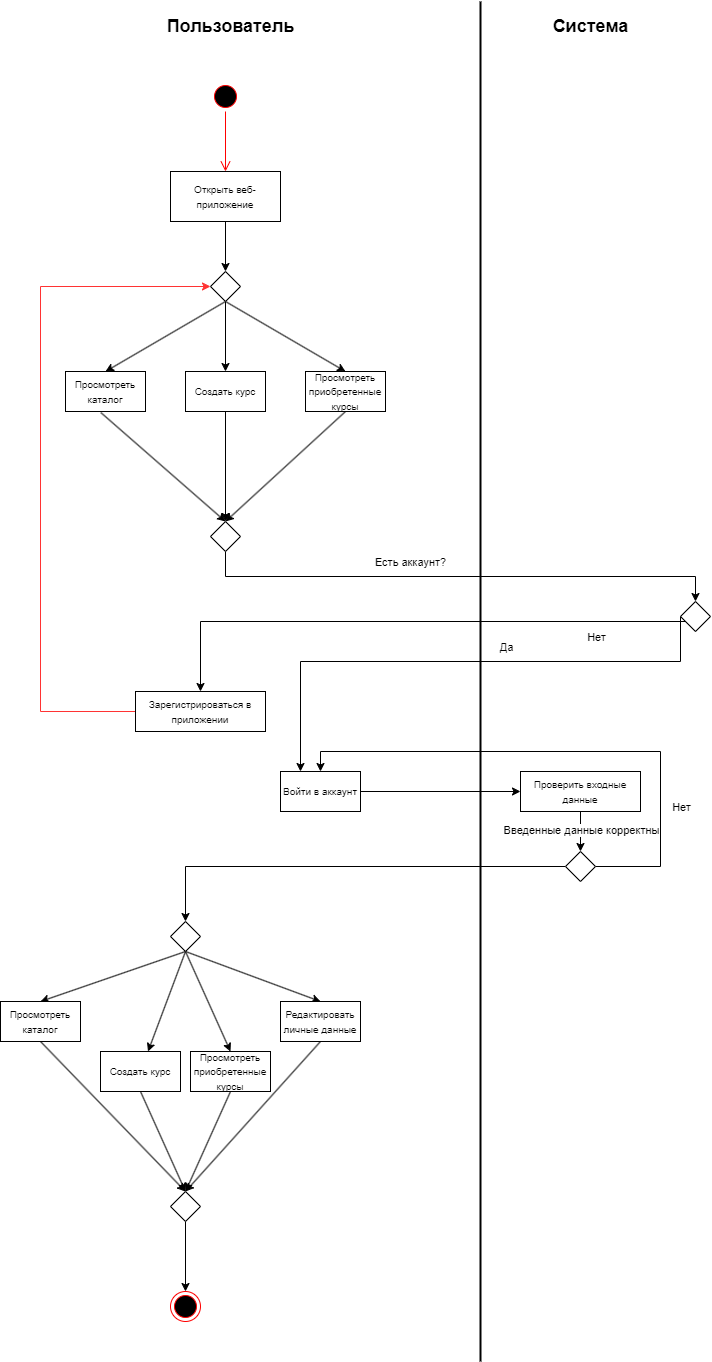
Above: Диаграммы/ДиграммыТЗ-Activity.drawio.png in bosonhiiggs/Music-Trainee (draw.io), before the change. Source tidied: cells renumbered, new cells last; positions are measured from the earlier drawing's top-left corner, leaving out a move shared by most shapes.
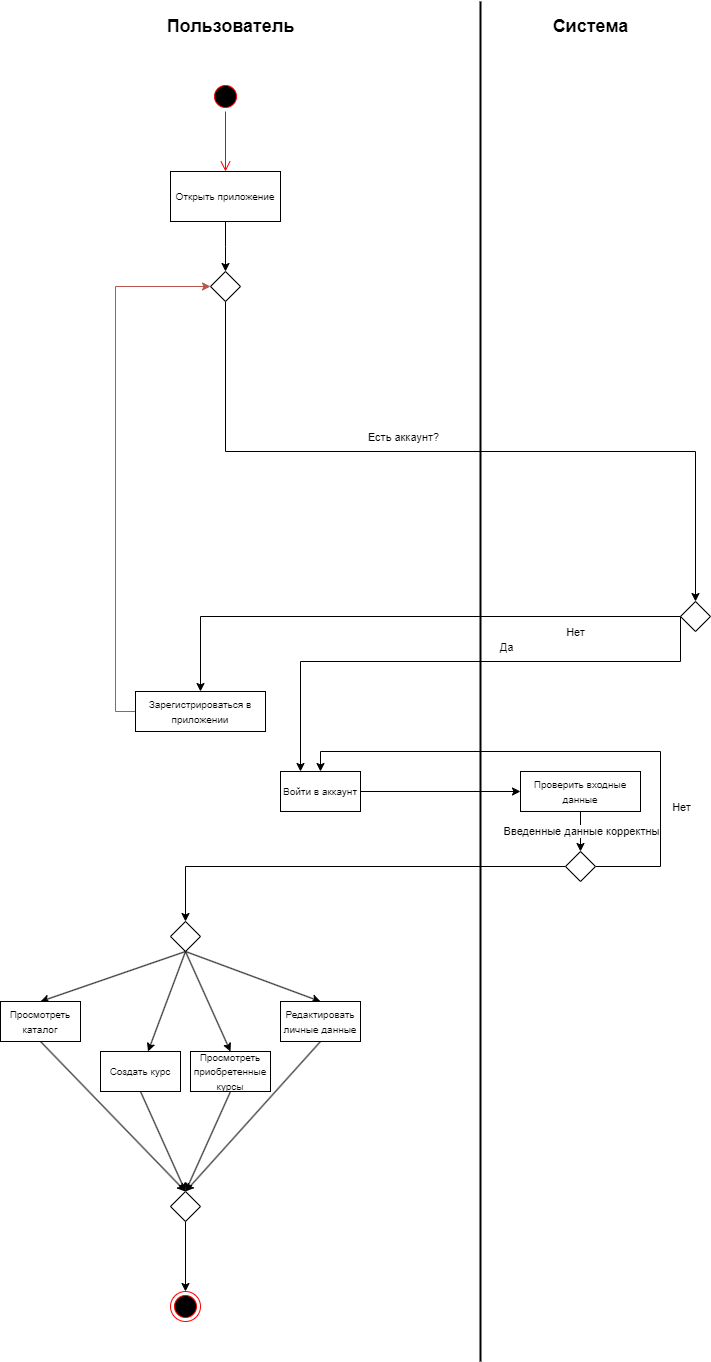
Above is the later version.

The edit, as a diff of the source:
```diff
@@ -17,43 +17,15 @@
     <mxCell id="6" style="edgeStyle=orthogonalEdgeStyle;html=1;verticalAlign=bottom;endArrow=open;endSize=8;strokeColor=#ff0000;rounded=0;entryX=0.5;entryY=0;entryDx=0;entryDy=0;" parent="1" edge="1" source="5" target="8">
       <mxGeometry relative="1" as="geometry" />
     </mxCell>
-    <mxCell id="7" style="edgeStyle=orthogonalEdgeStyle;rounded=0;jettySize=auto;html=1;exitX=0.5;exitY=1;exitDx=0;exitDy=0;entryX=0.5;entryY=0;entryDx=0;entryDy=0;" parent="1" edge="1" source="8" target="12">
-      <mxGeometry relative="1" as="geometry" />
+    <mxCell id="7" style="edgeStyle=orthogonalEdgeStyle;rounded=0;jettySize=auto;html=1;exitX=0.5;exitY=1;exitDx=0;exitDy=0;entryX=0.5;entryY=0;entryDx=0;entryDy=0;" parent="1" edge="1" source="8">
+      <mxGeometry relative="1" as="geometry">
+        <mxPoint x="225" y="270" as="targetPoint" />
+      </mxGeometry>
     </mxCell>
-    <mxCell id="8" value="&lt;font style=&quot;font-size: 10px;&quot;&gt;Открыть веб-приложение&lt;/font&gt;" style="html=1;whiteSpace=wrap;" parent="1" vertex="1">
+    <mxCell id="8" value="&lt;font style=&quot;font-size: 10px;&quot;&gt;Открыть приложение&lt;/font&gt;" style="html=1;whiteSpace=wrap;" parent="1" vertex="1">
       <mxGeometry x="170" y="170" width="110" height="50" as="geometry" />
     </mxCell>
-    <mxCell id="9" style="rounded=0;jettySize=auto;html=1;exitX=0.5;exitY=1;exitDx=0;exitDy=0;entryX=0.5;entryY=0;entryDx=0;entryDy=0;" parent="1" edge="1" source="12" target="13">
-      <mxGeometry relative="1" as="geometry" />
-    </mxCell>
-    <mxCell id="10" style="rounded=0;jettySize=auto;html=1;exitX=0.5;exitY=1;exitDx=0;exitDy=0;entryX=0.5;entryY=0;entryDx=0;entryDy=0;" parent="1" edge="1" source="12" target="15">
-      <mxGeometry relative="1" as="geometry" />
-    </mxCell>
-    <mxCell id="11" style="rounded=0;jettySize=auto;html=1;exitX=0.5;exitY=1;exitDx=0;exitDy=0;entryX=0.5;entryY=0;entryDx=0;entryDy=0;" parent="1" edge="1" source="12" target="17">
-      <mxGeometry relative="1" as="geometry" />
-    </mxCell>
-    <mxCell id="12" style="rhombus;whiteSpace=wrap;html=1;" parent="1" vertex="1">
-      <mxGeometry x="210" y="270" width="30" height="30" as="geometry" />
-    </mxCell>
-    <mxCell id="13" value="&lt;font style=&quot;font-size: 10px;&quot;&gt;Просмотреть каталог&lt;/font&gt;" style="html=1;whiteSpace=wrap;" parent="1" vertex="1">
-      <mxGeometry x="65" y="370" width="80" height="40" as="geometry" />
-    </mxCell>
-    <mxCell id="14" style="rounded=0;jettySize=auto;html=1;exitX=0.5;exitY=1;exitDx=0;exitDy=0;entryX=0.5;entryY=0;entryDx=0;entryDy=0;" parent="1" edge="1" source="15" target="21">
-      <mxGeometry relative="1" as="geometry" />
-    </mxCell>
-    <mxCell id="15" value="&lt;font style=&quot;font-size: 10px;&quot;&gt;Создать курс&lt;/font&gt;" style="html=1;whiteSpace=wrap;" parent="1" vertex="1">
-      <mxGeometry x="185" y="370" width="80" height="40" as="geometry" />
-    </mxCell>
-    <mxCell id="16" style="rounded=0;jettySize=auto;html=1;exitX=0.5;exitY=1;exitDx=0;exitDy=0;entryX=0.5;entryY=0;entryDx=0;entryDy=0;" parent="1" edge="1" source="17" target="21">
-      <mxGeometry relative="1" as="geometry" />
-    </mxCell>
-    <mxCell id="17" value="&lt;font style=&quot;font-size: 10px;&quot;&gt;Просмотреть приобретенные курсы&lt;/font&gt;" style="html=1;whiteSpace=wrap;" parent="1" vertex="1">
-      <mxGeometry x="305" y="370" width="80" height="40" as="geometry" />
-    </mxCell>
-    <mxCell id="18" style="rounded=0;jettySize=auto;html=1;exitX=0.442;exitY=1.027;exitDx=0;exitDy=0;entryX=0.5;entryY=0;entryDx=0;entryDy=0;exitPerimeter=0;" parent="1" edge="1" source="13" target="21">
-      <mxGeometry relative="1" as="geometry" />
-    </mxCell>
-    <mxCell id="19" style="edgeStyle=orthogonalEdgeStyle;rounded=0;jettySize=auto;html=1;exitX=0.5;exitY=1;exitDx=0;exitDy=0;entryX=0.5;entryY=0;entryDx=0;entryDy=0;" parent="1" edge="1" source="21" target="27">
+    <mxCell id="19" style="edgeStyle=orthogonalEdgeStyle;rounded=0;jettySize=auto;html=1;exitX=0.5;exitY=1;exitDx=0;exitDy=0;entryX=0.5;entryY=0;entryDx=0;entryDy=0;" parent="1" edge="1" source="12" target="27">
       <mxGeometry relative="1" as="geometry" />
     </mxCell>
     <mxCell id="20" value="Есть аккаунт?" style="edgeLabel;html=1;align=center;verticalAlign=middle;" parent="19" vertex="1">
@@ -61,9 +33,6 @@
         <mxPoint x="-36" y="-15" as="offset" />
       </mxGeometry>
     </mxCell>
-    <mxCell id="21" style="rhombus;whiteSpace=wrap;html=1;" parent="1" vertex="1">
-      <mxGeometry x="210" y="520" width="30" height="30" as="geometry" />
-    </mxCell>
     <mxCell id="22" style="edgeStyle=orthogonalEdgeStyle;rounded=0;jettySize=auto;html=1;exitX=0;exitY=0.5;exitDx=0;exitDy=0;entryX=0.25;entryY=0;entryDx=0;entryDy=0;" parent="1" edge="1" source="27" target="29">
       <mxGeometry relative="1" as="geometry">
         <Array as="points">
@@ -82,11 +51,10 @@
         <mxPoint x="695" y="629.7" as="targetPoint" />
       </mxGeometry>
     </mxCell>
-    <mxCell id="25" style="edgeStyle=orthogonalEdgeStyle;rounded=0;jettySize=auto;html=1;exitX=0.5;exitY=1;exitDx=0;exitDy=0;entryX=0.5;entryY=0;entryDx=0;entryDy=0;" parent="1" edge="1" source="27" target="31">
+    <mxCell id="25" style="edgeStyle=orthogonalEdgeStyle;rounded=0;jettySize=auto;html=1;exitX=0;exitY=0.5;exitDx=0;exitDy=0;entryX=0.5;entryY=0;entryDx=0;entryDy=0;" parent="1" edge="1" source="27" target="31">
       <mxGeometry relative="1" as="geometry">
         <Array as="points">
-          <mxPoint x="695" y="620" />
-          <mxPoint x="200" y="620" />
+          <mxPoint x="200" y="615" />
         </Array>
       </mxGeometry>
     </mxCell>
@@ -104,13 +72,8 @@
     <mxCell id="29" value="&lt;font style=&quot;font-size: 10px;&quot;&gt;Войти в аккаунт&lt;/font&gt;" style="html=1;whiteSpace=wrap;" parent="1" vertex="1">
       <mxGeometry x="280" y="770" width="80" height="40" as="geometry" />
     </mxCell>
-    <mxCell id="30" style="edgeStyle=orthogonalEdgeStyle;rounded=0;jettySize=auto;html=1;exitX=0;exitY=0.5;exitDx=0;exitDy=0;entryX=0;entryY=0.5;entryDx=0;entryDy=0;fillColor=#f8cecc;strokeColor=#FF3333;" parent="1" edge="1" source="31" target="12">
-      <mxGeometry relative="1" as="geometry">
-        <Array as="points">
-          <mxPoint x="40" y="710" />
-          <mxPoint x="40" y="285" />
-        </Array>
-      </mxGeometry>
+    <mxCell id="30" style="edgeStyle=orthogonalEdgeStyle;rounded=0;jettySize=auto;html=1;exitX=0;exitY=0.5;exitDx=0;exitDy=0;entryX=0;entryY=0.5;entryDx=0;entryDy=0;fillColor=#f8cecc;strokeColor=#b85450;" parent="1" edge="1" source="31" target="12">
+      <mxGeometry relative="1" as="geometry" />
     </mxCell>
     <mxCell id="31" value="&lt;font style=&quot;font-size: 10px;&quot;&gt;Зарегистрироваться в приложении&lt;/font&gt;" style="html=1;whiteSpace=wrap;" parent="1" vertex="1">
       <mxGeometry x="135" y="690" width="130" height="40" as="geometry" />
@@ -192,5 +155,8 @@
     <mxCell id="54" style="ellipse;html=1;shape=endState;fillColor=#000000;strokeColor=#ff0000;" parent="1" vertex="1">
       <mxGeometry x="170" y="1290" width="30" height="30" as="geometry" />
     </mxCell>
+    <mxCell id="12" style="rhombus;whiteSpace=wrap;html=1;" parent="1" vertex="1">
+      <mxGeometry x="210" y="270" width="30" height="30" as="geometry" />
+    </mxCell>
   </root>
 </mxGraphModel>
```
